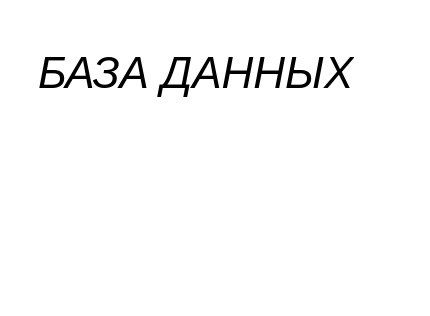
Above: page "таски" (3 of 4) of мебкух.drawio in User-cyber-new/mebkuch (draw.io), before the change. Source tidied: cells renumbered, new cells numbered last; positions are measured from the earlier drawing's top-left corner, leaving out a move shared by most shapes. Both pictures are drawn from the tidied source at 200%, with x=0, y=0 at pixel (34, 34).
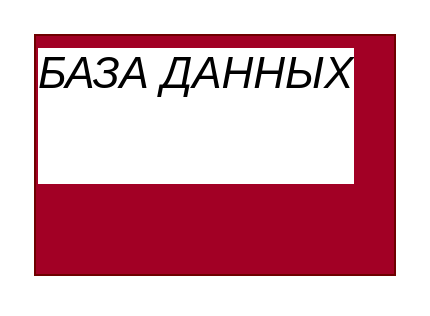
After the change.

The edit, as a diff of the source:
```diff
@@
 <mxGraphModel>
   <root>
     <mxCell id="0" />
     <mxCell id="1" parent="0" />
-    <mxCell id="2" value="&lt;h1 style=&quot;margin-top: 0px;&quot;&gt;&lt;span style=&quot;color: light-dark(rgb(0, 0, 0), rgb(255, 255, 255)); font-weight: normal;&quot;&gt;&lt;i style=&quot;&quot;&gt;БАЗА ДАННЫХ&lt;br&gt;&lt;/i&gt;&lt;/span&gt;&lt;br&gt;&lt;/h1&gt;" style="text;html=1;whiteSpace=wrap;overflow=hidden;rounded=0;fontFamily=Helvetica;fontSize=11;fontColor=default;labelBackgroundColor=default;" parent="1" vertex="1">
+    <mxCell id="2" value="&lt;h1 style=&quot;margin-top: 0px;&quot;&gt;&lt;span style=&quot;color: light-dark(rgb(0, 0, 0), rgb(255, 255, 255)); font-weight: normal;&quot;&gt;&lt;i style=&quot;&quot;&gt;БАЗА ДАННЫХ&lt;br&gt;&lt;/i&gt;&lt;/span&gt;&lt;br&gt;&lt;/h1&gt;" style="text;html=1;whiteSpace=wrap;overflow=hidden;rounded=0;fontFamily=Helvetica;fontSize=11;fontColor=#ffffff;labelBackgroundColor=default;fillColor=#a20025;strokeColor=#6F0000;" parent="1" vertex="1">
       <mxGeometry width="180" height="120" as="geometry" />
     </mxCell>
   </root>
 </mxGraphModel>
```
